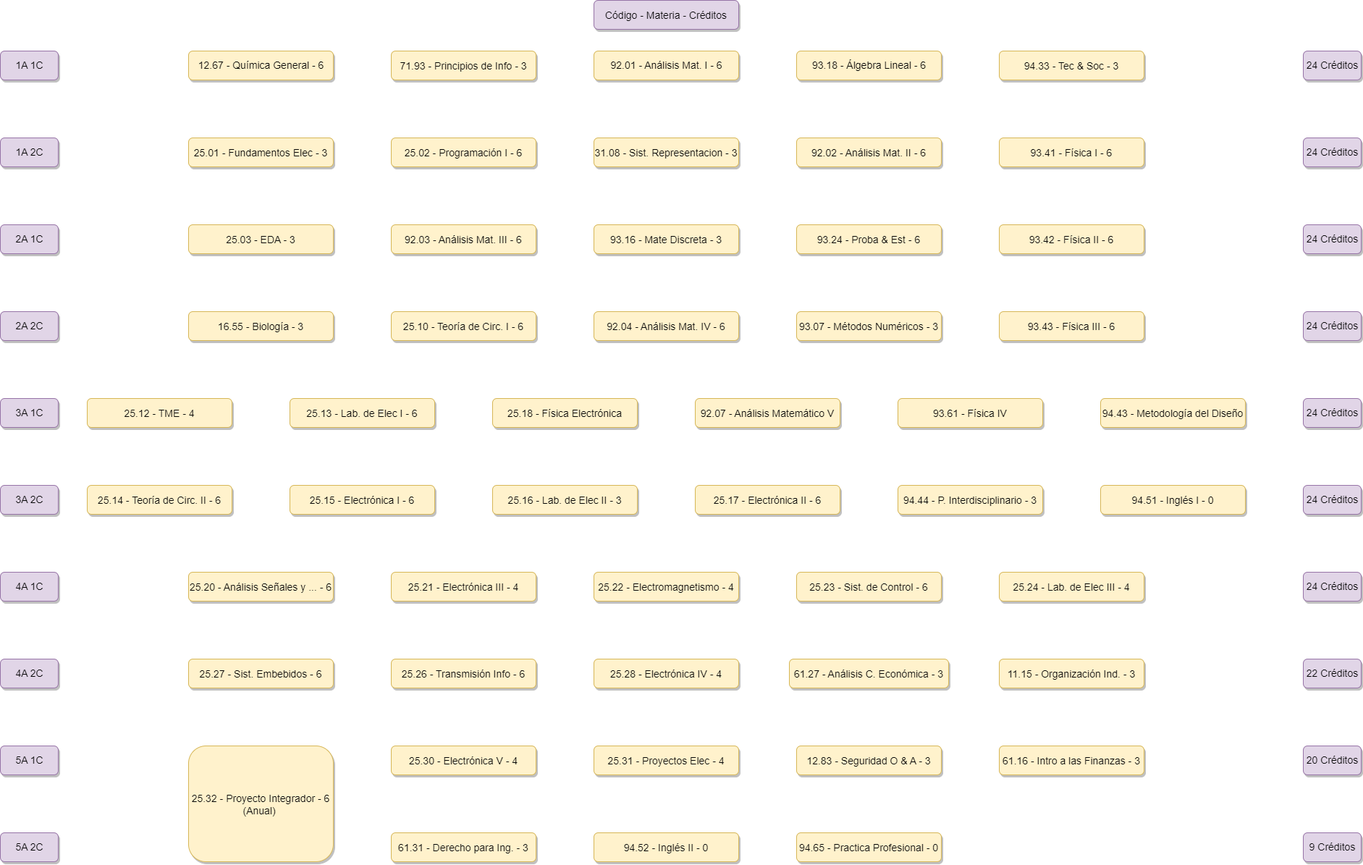
Before: K22.drawio.png, a diagram exported from draw.io (juanipla/K22). Source tidied: cells renumbered, new cells last; positions are measured from the earlier drawing's top-left corner, leaving out a move shared by most shapes.
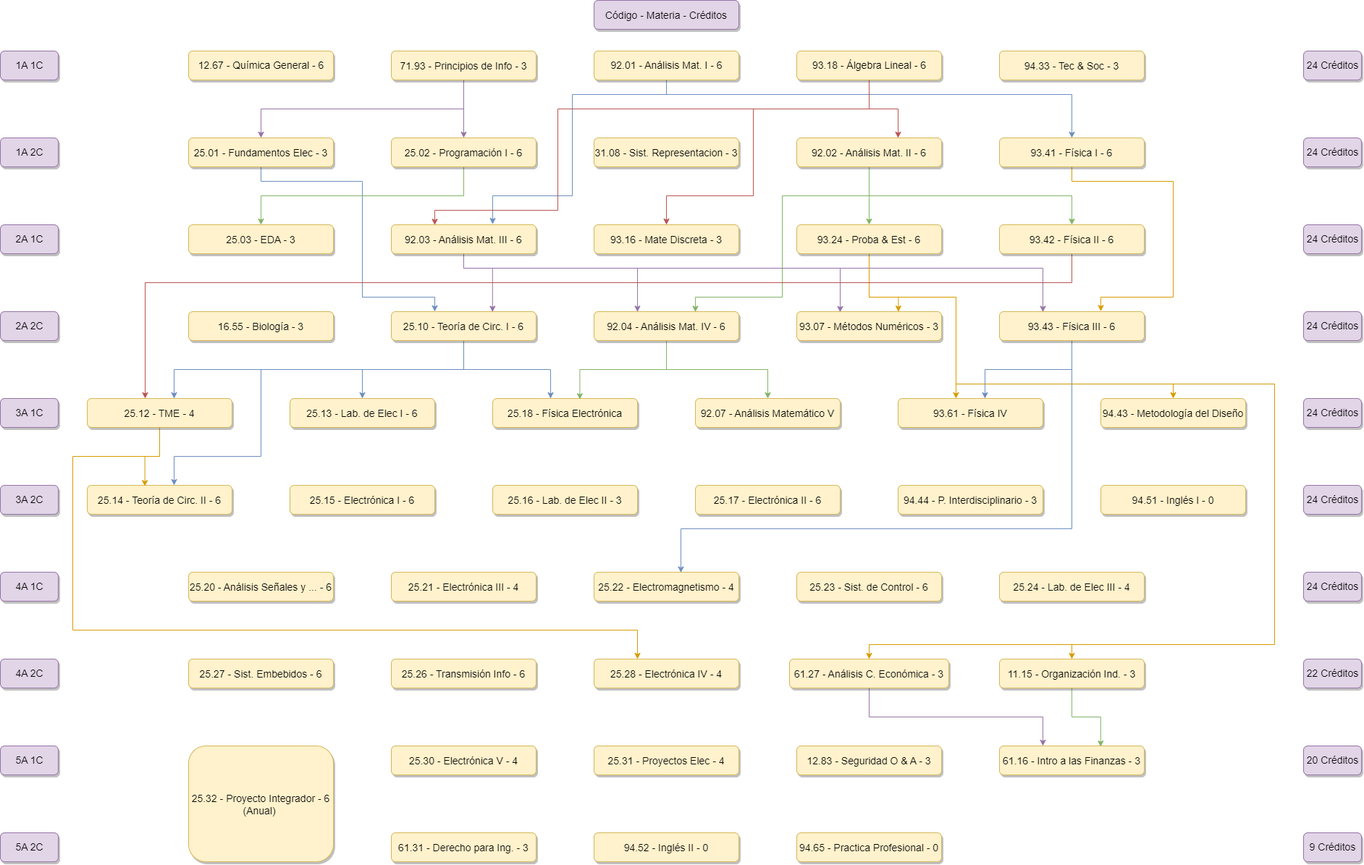
After the commit.

Diff of the diagram source:
```diff
@@ -10,2 +10,13 @@
     </mxCell>
+    <mxCell id="73" style="edgeStyle=orthogonalEdgeStyle;rounded=0;jettySize=auto;html=1;entryX=0.5;entryY=0;entryDx=0;entryDy=0;fillColor=#e1d5e7;strokeColor=#9673a6;" parent="1" edge="1" source="4" target="9">
+      <mxGeometry relative="1" as="geometry" />
+    </mxCell>
+    <mxCell id="74" style="edgeStyle=orthogonalEdgeStyle;rounded=0;jettySize=auto;html=1;entryX=0.5;entryY=0;entryDx=0;entryDy=0;fillColor=#e1d5e7;strokeColor=#9673a6;" parent="1" edge="1" source="4" target="8">
+      <mxGeometry relative="1" as="geometry">
+        <Array as="points">
+          <mxPoint x="640" y="150" />
+          <mxPoint x="360" y="150" />
+        </Array>
+      </mxGeometry>
+    </mxCell>
     <mxCell id="4" value="71.93 - Principios de Info - 3" style="rounded=1;fillColor=#fff2cc;strokeColor=#d6b656;shadow=1;fontStyle=0;fontSize=14;fontColor=default;labelBorderColor=none;labelBackgroundColor=none;" parent="1" vertex="1">
@@ -13,2 +24,20 @@
     </mxCell>
+    <mxCell id="75" style="edgeStyle=orthogonalEdgeStyle;rounded=0;jettySize=auto;html=1;entryX=0.5;entryY=0;entryDx=0;entryDy=0;fillColor=#dae8fc;strokeColor=#6c8ebf;" parent="1" edge="1" source="5" target="12">
+      <mxGeometry relative="1" as="geometry">
+        <Array as="points">
+          <mxPoint x="920" y="130" />
+          <mxPoint x="1480" y="130" />
+        </Array>
+      </mxGeometry>
+    </mxCell>
+    <mxCell id="76" style="edgeStyle=orthogonalEdgeStyle;rounded=0;jettySize=auto;html=1;fillColor=#dae8fc;strokeColor=#6c8ebf;entryX=0.7;entryY=-0.021;entryDx=0;entryDy=0;entryPerimeter=0;jumpStyle=none;" parent="1" edge="1" source="5" target="14">
+      <mxGeometry relative="1" as="geometry">
+        <Array as="points">
+          <mxPoint x="920" y="130" />
+          <mxPoint x="790" y="130" />
+          <mxPoint x="790" y="270" />
+          <mxPoint x="680" y="270" />
+        </Array>
+      </mxGeometry>
+    </mxCell>
     <mxCell id="5" value="92.01 - Análisis Mat. I - 6" style="rounded=1;fillColor=#fff2cc;strokeColor=#d6b656;shadow=1;fontStyle=0;fontSize=14;fontColor=default;labelBorderColor=none;labelBackgroundColor=none;html=1;verticalAlign=middle;" parent="1" vertex="1">
@@ -16,2 +45,30 @@
     </mxCell>
+    <mxCell id="77" style="edgeStyle=orthogonalEdgeStyle;rounded=0;jettySize=auto;html=1;fillColor=#f8cecc;strokeColor=#b85450;" parent="1" edge="1" source="6" target="11">
+      <mxGeometry relative="1" as="geometry">
+        <Array as="points">
+          <mxPoint x="1200" y="150" />
+          <mxPoint x="1240" y="150" />
+        </Array>
+      </mxGeometry>
+    </mxCell>
+    <mxCell id="78" style="edgeStyle=orthogonalEdgeStyle;rounded=0;jettySize=auto;html=1;entryX=0.5;entryY=0;entryDx=0;entryDy=0;fillColor=#f8cecc;strokeColor=#b85450;" parent="1" edge="1" source="6" target="15">
+      <mxGeometry relative="1" as="geometry">
+        <Array as="points">
+          <mxPoint x="1200" y="150" />
+          <mxPoint x="1040" y="150" />
+          <mxPoint x="1040" y="270" />
+          <mxPoint x="920" y="270" />
+        </Array>
+      </mxGeometry>
+    </mxCell>
+    <mxCell id="79" style="edgeStyle=orthogonalEdgeStyle;rounded=0;jettySize=auto;html=1;entryX=0.3;entryY=0.009;entryDx=0;entryDy=0;entryPerimeter=0;fillColor=#f8cecc;strokeColor=#b85450;" parent="1" edge="1" source="6" target="14">
+      <mxGeometry relative="1" as="geometry">
+        <Array as="points">
+          <mxPoint x="1200" y="150" />
+          <mxPoint x="770" y="150" />
+          <mxPoint x="770" y="290" />
+          <mxPoint x="600" y="290" />
+        </Array>
+      </mxGeometry>
+    </mxCell>
     <mxCell id="6" value="93.18 - Álgebra Lineal - 6" style="rounded=1;fillColor=#fff2cc;strokeColor=#d6b656;shadow=1;fontStyle=0;fontSize=14;fontColor=default;labelBorderColor=none;labelBackgroundColor=none;verticalAlign=middle;html=1;" parent="1" vertex="1">
@@ -22,2 +79,13 @@
     </mxCell>
+    <mxCell id="80" style="edgeStyle=orthogonalEdgeStyle;rounded=0;jumpStyle=none;jettySize=auto;html=1;entryX=0.302;entryY=-0.002;entryDx=0;entryDy=0;entryPerimeter=0;fillColor=#dae8fc;strokeColor=#6c8ebf;" parent="1" edge="1" source="8" target="41">
+      <mxGeometry relative="1" as="geometry">
+        <Array as="points">
+          <mxPoint x="360" y="250" />
+          <mxPoint x="500" y="250" />
+          <mxPoint x="500" y="410" />
+          <mxPoint x="600" y="410" />
+          <mxPoint x="600" y="430" />
+        </Array>
+      </mxGeometry>
+    </mxCell>
     <mxCell id="8" value="25.01 - Fundamentos Elec - 3" style="rounded=1;fillColor=#fff2cc;strokeColor=#d6b656;shadow=1;fontStyle=0;fontSize=14;fontColor=default;labelBorderColor=none;labelBackgroundColor=none;" parent="1" vertex="1">
@@ -25,2 +93,10 @@
     </mxCell>
+    <mxCell id="81" style="edgeStyle=orthogonalEdgeStyle;rounded=0;jumpStyle=none;jettySize=auto;html=1;entryX=0.5;entryY=0;entryDx=0;entryDy=0;fillColor=#d5e8d4;strokeColor=#82b366;" parent="1" edge="1" source="9" target="13">
+      <mxGeometry relative="1" as="geometry">
+        <Array as="points">
+          <mxPoint x="640" y="270" />
+          <mxPoint x="360" y="270" />
+        </Array>
+      </mxGeometry>
+    </mxCell>
     <mxCell id="9" value="25.02 - Programación I - 6" style="rounded=1;fillColor=#fff2cc;strokeColor=#d6b656;shadow=1;fontStyle=0;fontSize=14;fontColor=default;labelBorderColor=none;labelBackgroundColor=none;" parent="1" vertex="1">
@@ -31,2 +107,24 @@
     </mxCell>
+    <mxCell id="82" style="edgeStyle=orthogonalEdgeStyle;rounded=0;jumpStyle=none;jettySize=auto;html=1;entryX=0.5;entryY=0;entryDx=0;entryDy=0;fillColor=#d5e8d4;strokeColor=#82b366;" parent="1" edge="1" source="11" target="16">
+      <mxGeometry relative="1" as="geometry" />
+    </mxCell>
+    <mxCell id="83" style="edgeStyle=orthogonalEdgeStyle;rounded=0;jumpStyle=none;jettySize=auto;html=1;entryX=0.698;entryY=0.013;entryDx=0;entryDy=0;entryPerimeter=0;fillColor=#d5e8d4;strokeColor=#82b366;" parent="1" edge="1" source="11" target="42">
+      <mxGeometry relative="1" as="geometry">
+        <Array as="points">
+          <mxPoint x="1200" y="270" />
+          <mxPoint x="1080" y="270" />
+          <mxPoint x="1080" y="410" />
+          <mxPoint x="960" y="410" />
+          <mxPoint x="960" y="431" />
+        </Array>
+      </mxGeometry>
+    </mxCell>
+    <mxCell id="84" style="edgeStyle=orthogonalEdgeStyle;rounded=0;jumpStyle=none;jettySize=auto;html=1;fillColor=#d5e8d4;strokeColor=#82b366;" parent="1" edge="1" source="11" target="17">
+      <mxGeometry relative="1" as="geometry">
+        <Array as="points">
+          <mxPoint x="1200" y="270" />
+          <mxPoint x="1480" y="270" />
+        </Array>
+      </mxGeometry>
+    </mxCell>
     <mxCell id="11" value="92.02 - Análisis Mat. II - 6" style="rounded=1;fillColor=#fff2cc;strokeColor=#d6b656;shadow=1;fontStyle=0;fontSize=14;fontColor=default;labelBorderColor=none;labelBackgroundColor=none;verticalAlign=middle;" parent="1" vertex="1">
@@ -34,2 +132,12 @@
     </mxCell>
+    <mxCell id="85" style="edgeStyle=orthogonalEdgeStyle;rounded=0;jumpStyle=none;jettySize=auto;html=1;entryX=0.7;entryY=-0.013;entryDx=0;entryDy=0;entryPerimeter=0;fillColor=#ffe6cc;strokeColor=#d79b00;" parent="1" edge="1" source="12" target="44">
+      <mxGeometry relative="1" as="geometry">
+        <Array as="points">
+          <mxPoint x="1480" y="250" />
+          <mxPoint x="1620" y="250" />
+          <mxPoint x="1620" y="410" />
+          <mxPoint x="1520" y="410" />
+        </Array>
+      </mxGeometry>
+    </mxCell>
     <mxCell id="12" value="93.41 - Física I - 6" style="rounded=1;fillColor=#fff2cc;strokeColor=#d6b656;shadow=1;fontStyle=0;fontSize=14;fontColor=default;labelBorderColor=none;labelBackgroundColor=none;verticalAlign=middle;" parent="1" vertex="1">
@@ -40,2 +148,36 @@
     </mxCell>
+    <mxCell id="86" style="edgeStyle=orthogonalEdgeStyle;rounded=0;jumpStyle=none;jettySize=auto;html=1;entryX=0.699;entryY=0.013;entryDx=0;entryDy=0;fillColor=#e1d5e7;strokeColor=#9673a6;entryPerimeter=0;" parent="1" edge="1" source="14" target="41">
+      <mxGeometry relative="1" as="geometry">
+        <Array as="points">
+          <mxPoint x="640" y="370" />
+          <mxPoint x="680" y="370" />
+        </Array>
+      </mxGeometry>
+    </mxCell>
+    <mxCell id="87" style="edgeStyle=orthogonalEdgeStyle;rounded=0;jumpStyle=none;jettySize=auto;html=1;entryX=0.299;entryY=0.01;entryDx=0;entryDy=0;entryPerimeter=0;fillColor=#e1d5e7;strokeColor=#9673a6;" parent="1" edge="1" source="14" target="42">
+      <mxGeometry relative="1" as="geometry">
+        <Array as="points">
+          <mxPoint x="640" y="370" />
+          <mxPoint x="880" y="370" />
+          <mxPoint x="880" y="430" />
+        </Array>
+      </mxGeometry>
+    </mxCell>
+    <mxCell id="88" style="edgeStyle=orthogonalEdgeStyle;rounded=0;jumpStyle=none;jettySize=auto;html=1;entryX=0.3;entryY=0.022;entryDx=0;entryDy=0;entryPerimeter=0;fillColor=#e1d5e7;strokeColor=#9673a6;" parent="1" edge="1" source="14" target="43">
+      <mxGeometry relative="1" as="geometry">
+        <Array as="points">
+          <mxPoint x="640" y="370" />
+          <mxPoint x="1160" y="370" />
+        </Array>
+      </mxGeometry>
+    </mxCell>
+    <mxCell id="89" style="edgeStyle=orthogonalEdgeStyle;rounded=0;jumpStyle=none;jettySize=auto;html=1;entryX=0.303;entryY=0.014;entryDx=0;entryDy=0;entryPerimeter=0;fillColor=#e1d5e7;strokeColor=#9673a6;" parent="1" edge="1" source="14" target="44">
+      <mxGeometry relative="1" as="geometry">
+        <Array as="points">
+          <mxPoint x="640" y="370" />
+          <mxPoint x="1440" y="370" />
+          <mxPoint x="1440" y="431" />
+        </Array>
+      </mxGeometry>
+    </mxCell>
     <mxCell id="14" value="92.03 - Análisis Mat. III - 6" style="rounded=1;fillColor=#fff2cc;strokeColor=#d6b656;shadow=1;fontStyle=0;fontSize=14;fontColor=default;labelBorderColor=none;labelBackgroundColor=none;" parent="1" vertex="1">
@@ -46,2 +188,52 @@
     </mxCell>
+    <mxCell id="90" style="edgeStyle=orthogonalEdgeStyle;rounded=0;jumpStyle=none;jettySize=auto;html=1;entryX=0.702;entryY=0.006;entryDx=0;entryDy=0;fillColor=#ffe6cc;strokeColor=#d79b00;entryPerimeter=0;" parent="1" edge="1" source="16" target="43">
+      <mxGeometry relative="1" as="geometry">
+        <Array as="points">
+          <mxPoint x="1200" y="410" />
+          <mxPoint x="1240" y="410" />
+        </Array>
+      </mxGeometry>
+    </mxCell>
+    <mxCell id="91" style="edgeStyle=orthogonalEdgeStyle;rounded=0;jumpStyle=none;jettySize=auto;html=1;fillColor=#ffe6cc;strokeColor=#d79b00;" parent="1" edge="1" source="16" target="32">
+      <mxGeometry relative="1" as="geometry">
+        <Array as="points">
+          <mxPoint x="1200" y="410" />
+          <mxPoint x="1320" y="410" />
+        </Array>
+      </mxGeometry>
+    </mxCell>
+    <mxCell id="92" style="edgeStyle=orthogonalEdgeStyle;rounded=0;jumpStyle=none;jettySize=auto;html=1;fillColor=#ffe6cc;strokeColor=#d79b00;" parent="1" edge="1" source="16" target="33">
+      <mxGeometry relative="1" as="geometry">
+        <Array as="points">
+          <mxPoint x="1200" y="410" />
+          <mxPoint x="1320" y="410" />
+          <mxPoint x="1320" y="530" />
+          <mxPoint x="1620" y="530" />
+        </Array>
+      </mxGeometry>
+    </mxCell>
+    <mxCell id="93" style="edgeStyle=orthogonalEdgeStyle;rounded=0;jumpStyle=none;jettySize=auto;html=1;entryX=0.5;entryY=0;entryDx=0;entryDy=0;fillColor=#ffe6cc;strokeColor=#d79b00;" parent="1" edge="1" source="16" target="54">
+      <mxGeometry relative="1" as="geometry">
+        <Array as="points">
+          <mxPoint x="1200" y="410" />
+          <mxPoint x="1320" y="410" />
+          <mxPoint x="1320" y="530" />
+          <mxPoint x="1760" y="530" />
+          <mxPoint x="1760" y="890" />
+          <mxPoint x="1480" y="890" />
+        </Array>
+      </mxGeometry>
+    </mxCell>
+    <mxCell id="94" style="edgeStyle=orthogonalEdgeStyle;rounded=0;jumpStyle=none;jettySize=auto;html=1;entryX=0.5;entryY=0;entryDx=0;entryDy=0;fillColor=#ffe6cc;strokeColor=#d79b00;" parent="1" edge="1" source="16" target="53">
+      <mxGeometry relative="1" as="geometry">
+        <Array as="points">
+          <mxPoint x="1200" y="410" />
+          <mxPoint x="1320" y="410" />
+          <mxPoint x="1320" y="530" />
+          <mxPoint x="1760" y="530" />
+          <mxPoint x="1760" y="890" />
+          <mxPoint x="1200" y="890" />
+        </Array>
+      </mxGeometry>
+    </mxCell>
     <mxCell id="16" value="93.24 - Proba &amp; Est - 6" style="rounded=1;fillColor=#fff2cc;strokeColor=#d6b656;shadow=1;fontStyle=0;fontSize=14;fontColor=default;labelBorderColor=none;labelBackgroundColor=none;verticalAlign=middle;" parent="1" vertex="1">
@@ -49,2 +241,11 @@
     </mxCell>
+    <mxCell id="95" style="edgeStyle=orthogonalEdgeStyle;rounded=0;jumpStyle=none;jettySize=auto;html=1;entryX=0.398;entryY=-0.001;entryDx=0;entryDy=0;fillColor=#f8cecc;strokeColor=#b85450;entryPerimeter=0;" parent="1" edge="1" source="17" target="28">
+      <mxGeometry relative="1" as="geometry">
+        <Array as="points">
+          <mxPoint x="1480" y="390" />
+          <mxPoint x="200" y="390" />
+          <mxPoint x="200" y="550" />
+        </Array>
+      </mxGeometry>
+    </mxCell>
     <mxCell id="17" value="93.42 - Física II - 6" style="rounded=1;fillColor=#fff2cc;strokeColor=#d6b656;shadow=1;fontStyle=0;fontSize=14;fontColor=default;labelBorderColor=none;labelBackgroundColor=none;verticalAlign=middle;" parent="1" vertex="1">
@@ -82,2 +283,15 @@
     </mxCell>
+    <mxCell id="96" style="edgeStyle=orthogonalEdgeStyle;rounded=0;jumpStyle=none;jettySize=auto;html=1;entryX=0.398;entryY=0.032;entryDx=0;entryDy=0;entryPerimeter=0;fillColor=#ffe6cc;strokeColor=#d79b00;" parent="1" edge="1" source="28" target="34">
+      <mxGeometry relative="1" as="geometry" />
+    </mxCell>
+    <mxCell id="97" style="edgeStyle=orthogonalEdgeStyle;rounded=0;jumpStyle=none;jettySize=auto;html=1;fillColor=#ffe6cc;strokeColor=#d79b00;" parent="1" edge="1" source="28" target="52">
+      <mxGeometry relative="1" as="geometry">
+        <Array as="points">
+          <mxPoint x="220" y="630" />
+          <mxPoint x="100" y="630" />
+          <mxPoint x="100" y="870" />
+          <mxPoint x="880" y="870" />
+        </Array>
+      </mxGeometry>
+    </mxCell>
     <mxCell id="28" value="25.12 - TME - 4" style="rounded=1;fillColor=#fff2cc;strokeColor=#d6b656;shadow=1;fontStyle=0;fontSize=14;fontColor=default;labelBorderColor=none;labelBackgroundColor=none;" parent="1" vertex="1">
@@ -121,2 +335,36 @@
     </mxCell>
+    <mxCell id="98" style="edgeStyle=orthogonalEdgeStyle;rounded=0;jumpStyle=none;jettySize=auto;html=1;fillColor=#dae8fc;strokeColor=#6c8ebf;" parent="1" edge="1" source="41">
+      <mxGeometry relative="1" as="geometry">
+        <mxPoint x="760" y="550" as="targetPoint" />
+        <Array as="points">
+          <mxPoint x="640" y="510" />
+          <mxPoint x="760" y="510" />
+          <mxPoint x="760" y="550" />
+        </Array>
+      </mxGeometry>
+    </mxCell>
+    <mxCell id="99" style="edgeStyle=orthogonalEdgeStyle;rounded=0;jumpStyle=none;jettySize=auto;html=1;entryX=0.5;entryY=0;entryDx=0;entryDy=0;fillColor=#dae8fc;strokeColor=#6c8ebf;" parent="1" edge="1" source="41" target="29">
+      <mxGeometry relative="1" as="geometry" />
+    </mxCell>
+    <mxCell id="100" style="edgeStyle=orthogonalEdgeStyle;rounded=0;jumpStyle=none;jettySize=auto;html=1;fillColor=#dae8fc;strokeColor=#6c8ebf;" parent="1" edge="1" source="41">
+      <mxGeometry relative="1" as="geometry">
+        <mxPoint x="240" y="550" as="targetPoint" />
+        <Array as="points">
+          <mxPoint x="640" y="510" />
+          <mxPoint x="240" y="510" />
+          <mxPoint x="240" y="550" />
+        </Array>
+      </mxGeometry>
+    </mxCell>
+    <mxCell id="101" style="edgeStyle=orthogonalEdgeStyle;rounded=0;jumpStyle=none;jettySize=auto;html=1;fillColor=#dae8fc;strokeColor=#6c8ebf;" parent="1" edge="1" source="41">
+      <mxGeometry relative="1" as="geometry">
+        <mxPoint x="240" y="670" as="targetPoint" />
+        <Array as="points">
+          <mxPoint x="640" y="510" />
+          <mxPoint x="360" y="510" />
+          <mxPoint x="360" y="630" />
+          <mxPoint x="240" y="630" />
+        </Array>
+      </mxGeometry>
+    </mxCell>
     <mxCell id="41" value="25.10 - Teoría de Circ. I - 6" style="rounded=1;fillColor=#fff2cc;strokeColor=#d6b656;shadow=1;fontStyle=0;fontSize=14;fontColor=default;labelBorderColor=none;labelBackgroundColor=none;" parent="1" vertex="1">
@@ -124,2 +372,8 @@
     </mxCell>
+    <mxCell id="102" style="edgeStyle=orthogonalEdgeStyle;rounded=0;jumpStyle=none;jettySize=auto;html=1;fillColor=#d5e8d4;strokeColor=#82b366;" parent="1" edge="1" source="42" target="31">
+      <mxGeometry relative="1" as="geometry" />
+    </mxCell>
+    <mxCell id="103" style="edgeStyle=orthogonalEdgeStyle;rounded=0;jumpStyle=none;jettySize=auto;html=1;entryX=0.602;entryY=0.032;entryDx=0;entryDy=0;entryPerimeter=0;fillColor=#d5e8d4;strokeColor=#82b366;" parent="1" edge="1" source="42" target="30">
+      <mxGeometry relative="1" as="geometry" />
+    </mxCell>
     <mxCell id="42" value="92.04 - Análisis Mat. IV - 6" style="rounded=1;fillColor=#fff2cc;strokeColor=#d6b656;shadow=1;fontStyle=0;fontSize=14;fontColor=default;labelBorderColor=none;labelBackgroundColor=none;verticalAlign=middle;" parent="1" vertex="1">
@@ -130,2 +384,21 @@
     </mxCell>
+    <mxCell id="104" style="edgeStyle=orthogonalEdgeStyle;rounded=0;jumpStyle=none;jettySize=auto;html=1;fillColor=#dae8fc;strokeColor=#6c8ebf;" parent="1" edge="1" source="44">
+      <mxGeometry relative="1" as="geometry">
+        <mxPoint x="1360" y="550" as="targetPoint" />
+        <Array as="points">
+          <mxPoint x="1480" y="510" />
+          <mxPoint x="1360" y="510" />
+          <mxPoint x="1360" y="550" />
+        </Array>
+      </mxGeometry>
+    </mxCell>
+    <mxCell id="105" style="edgeStyle=orthogonalEdgeStyle;rounded=0;jumpStyle=none;jettySize=auto;html=1;entryX=0.599;entryY=0.015;entryDx=0;entryDy=0;entryPerimeter=0;fillColor=#dae8fc;strokeColor=#6c8ebf;" parent="1" edge="1" source="44" target="47">
+      <mxGeometry relative="1" as="geometry">
+        <Array as="points">
+          <mxPoint x="1480" y="730" />
+          <mxPoint x="940" y="730" />
+          <mxPoint x="940" y="791" />
+        </Array>
+      </mxGeometry>
+    </mxCell>
     <mxCell id="44" value="93.43 - Física III - 6" style="rounded=1;fillColor=#fff2cc;strokeColor=#d6b656;shadow=1;fontStyle=0;fontSize=14;fontColor=default;labelBorderColor=none;labelBackgroundColor=none;verticalAlign=middle;" parent="1" vertex="1">
@@ -157,2 +430,10 @@
     </mxCell>
+    <mxCell id="106" style="edgeStyle=orthogonalEdgeStyle;rounded=0;jumpStyle=none;jettySize=auto;html=1;fillColor=#e1d5e7;strokeColor=#9673a6;" parent="1" edge="1" source="53" target="59">
+      <mxGeometry relative="1" as="geometry">
+        <Array as="points">
+          <mxPoint x="1200" y="990" />
+          <mxPoint x="1440" y="990" />
+        </Array>
+      </mxGeometry>
+    </mxCell>
     <mxCell id="53" value="61.27 - Análisis C. Económica - 3" style="rounded=1;fillColor=#fff2cc;strokeColor=#d6b656;shadow=1;fontStyle=0;fontSize=14;fontColor=default;labelBorderColor=none;labelBackgroundColor=none;verticalAlign=middle;" parent="1" vertex="1">
@@ -160,2 +441,5 @@
     </mxCell>
+    <mxCell id="107" style="edgeStyle=orthogonalEdgeStyle;rounded=0;jumpStyle=none;jettySize=auto;html=1;entryX=0.699;entryY=0.028;entryDx=0;entryDy=0;entryPerimeter=0;fillColor=#d5e8d4;strokeColor=#82b366;" parent="1" edge="1" source="54" target="59">
+      <mxGeometry relative="1" as="geometry" />
+    </mxCell>
     <mxCell id="54" value="11.15 - Organización Ind. - 3" style="rounded=1;fillColor=#fff2cc;strokeColor=#d6b656;shadow=1;fontStyle=0;fontSize=14;fontColor=default;labelBorderColor=none;labelBackgroundColor=none;verticalAlign=middle;" parent="1" vertex="1">
```
